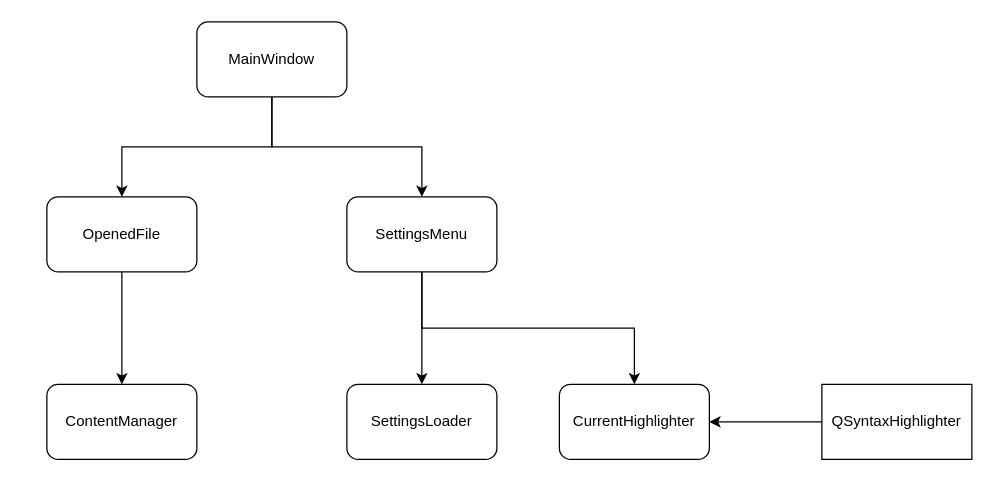
lucky-rydar/text-editor keeps this draw.io diagram as diagram.drawio. Above is the earlier version. Source tidied: cells renumbered, new cells numbered last; positions are measured from the earlier drawing's top-left corner, leaving out a move shared by most shapes. Both pictures are drawn from the tidied source at 125%, with x=0, y=0 at pixel (46, 21).
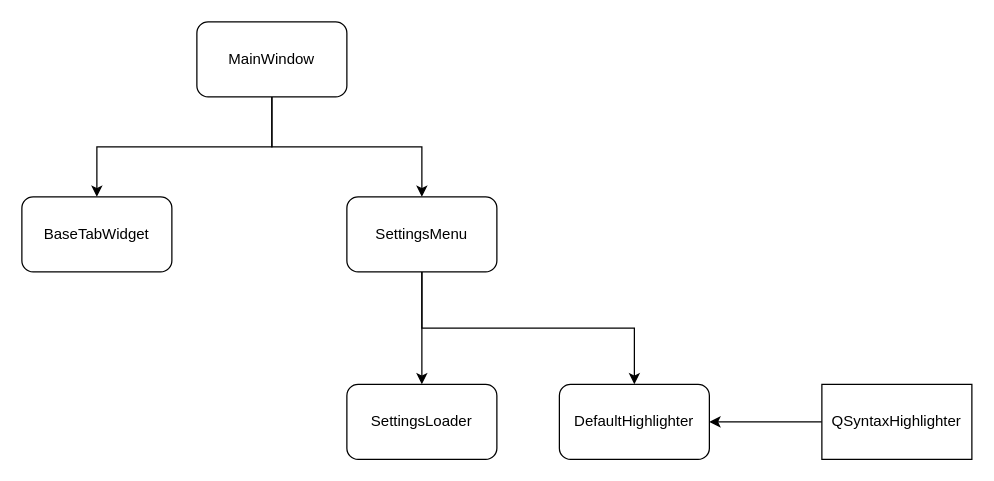
Above is the later version.

Diff of the diagram source:
```diff
@@
 <mxGraphModel>
   <root>
     <mxCell id="0" />
     <mxCell id="1" parent="0" />
-    <mxCell id="2" style="edgeStyle=orthogonalEdgeStyle;rounded=0;jettySize=auto;html=1;exitX=0.5;exitY=1;exitDx=0;exitDy=0;" parent="1" edge="1" source="4" target="7">
-      <mxGeometry relative="1" as="geometry" />
-    </mxCell>
     <mxCell id="3" style="edgeStyle=orthogonalEdgeStyle;rounded=0;jettySize=auto;html=1;exitX=0.5;exitY=1;exitDx=0;exitDy=0;entryX=0.5;entryY=0;entryDx=0;entryDy=0;" parent="1" edge="1" source="4" target="10">
       <mxGeometry relative="1" as="geometry" />
     </mxCell>
+    <mxCell id="15" style="edgeStyle=orthogonalEdgeStyle;rounded=0;jettySize=auto;html=1;exitX=0.5;exitY=1;exitDx=0;exitDy=0;entryX=0.5;entryY=0;entryDx=0;entryDy=0;" parent="1" edge="1" source="4" target="16">
+      <mxGeometry relative="1" as="geometry" />
+    </mxCell>
     <mxCell id="4" value="MainWindow" style="rounded=1;whiteSpace=wrap;html=1;" parent="1" vertex="1">
       <mxGeometry x="120" width="120" height="60" as="geometry" />
     </mxCell>
-    <mxCell id="5" value="ContentManager" style="rounded=1;whiteSpace=wrap;html=1;" parent="1" vertex="1">
-      <mxGeometry y="290" width="120" height="60" as="geometry" />
-    </mxCell>
-    <mxCell id="6" style="edgeStyle=orthogonalEdgeStyle;rounded=0;jettySize=auto;html=1;" parent="1" edge="1" source="7" target="5">
-      <mxGeometry relative="1" as="geometry" />
-    </mxCell>
-    <mxCell id="7" value="OpenedFile" style="rounded=1;whiteSpace=wrap;html=1;" parent="1" vertex="1">
-      <mxGeometry y="140" width="120" height="60" as="geometry" />
-    </mxCell>
     <mxCell id="8" style="edgeStyle=orthogonalEdgeStyle;rounded=0;jettySize=auto;html=1;" parent="1" edge="1" source="10" target="11">
       <mxGeometry relative="1" as="geometry" />
     </mxCell>
     <mxCell id="9" style="edgeStyle=orthogonalEdgeStyle;rounded=0;jettySize=auto;html=1;exitX=0.5;exitY=1;exitDx=0;exitDy=0;" parent="1" edge="1" source="10" target="12">
       <mxGeometry relative="1" as="geometry" />
     </mxCell>
     <mxCell id="10" value="SettingsMenu" style="rounded=1;whiteSpace=wrap;html=1;" parent="1" vertex="1">
       <mxGeometry x="240" y="140" width="120" height="60" as="geometry" />
     </mxCell>
     <mxCell id="11" value="SettingsLoader" style="rounded=1;whiteSpace=wrap;html=1;" parent="1" vertex="1">
       <mxGeometry x="240" y="290" width="120" height="60" as="geometry" />
     </mxCell>
-    <mxCell id="12" value="CurrentHighlighter" style="rounded=1;whiteSpace=wrap;html=1;" parent="1" vertex="1">
+    <mxCell id="12" value="DefaultHighlighter" style="rounded=1;whiteSpace=wrap;html=1;" parent="1" vertex="1">
       <mxGeometry x="410" y="290" width="120" height="60" as="geometry" />
     </mxCell>
     <mxCell id="13" style="edgeStyle=orthogonalEdgeStyle;rounded=0;jettySize=auto;html=1;" parent="1" edge="1" source="14" target="12">
       <mxGeometry relative="1" as="geometry" />
     </mxCell>
     <mxCell id="14" value="QSyntaxHighlighter" style="rounded=0;whiteSpace=wrap;html=1;" parent="1" vertex="1">
       <mxGeometry x="620" y="290" width="120" height="60" as="geometry" />
     </mxCell>
+    <mxCell id="16" value="BaseTabWidget" style="rounded=1;whiteSpace=wrap;html=1;" parent="1" vertex="1">
+      <mxGeometry x="-20" y="140" width="120" height="60" as="geometry" />
+    </mxCell>
   </root>
 </mxGraphModel>
```
